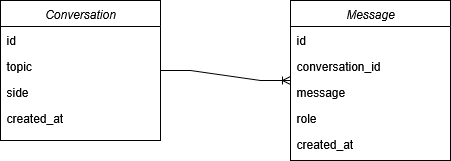
Above: docs/entities.png in Gonzasestopal/persuation_bot (draw.io), before the change. Source tidied: cells renumbered, new cells last; positions are measured from the earlier drawing's top-left corner, leaving out a move shared by most shapes.
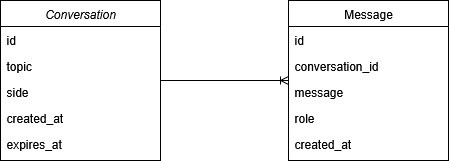
After the commit.

Commit message:
docs: database indexes

Change to the diagram source:
```diff
@@ -3,22 +3,25 @@
     <mxCell id="0" />
     <mxCell id="1" parent="0" />
     <mxCell id="2" value="Conversation" style="swimlane;fontStyle=2;align=center;verticalAlign=top;horizontal=1;startSize=26;rounded=0;shadow=0;strokeWidth=1;" parent="1" vertex="1">
-      <mxGeometry width="160" height="140" as="geometry" />
+      <mxGeometry width="160" height="160" as="geometry" />
     </mxCell>
     <mxCell id="3" value="id" style="text;align=left;verticalAlign=top;spacingLeft=4;spacingRight=4;overflow=hidden;" parent="2" vertex="1">
       <mxGeometry y="26" width="160" height="26" as="geometry" />
     </mxCell>
-    <mxCell id="4" value="topic    " style="text;align=left;verticalAlign=top;spacingLeft=4;spacingRight=4;overflow=hidden;rounded=0;shadow=0;html=0;" parent="2" vertex="1">
+    <mxCell id="4" value="topic" style="text;align=left;verticalAlign=top;spacingLeft=4;spacingRight=4;overflow=hidden;rounded=0;shadow=0;html=0;" parent="2" vertex="1">
       <mxGeometry y="52" width="160" height="26" as="geometry" />
     </mxCell>
     <mxCell id="5" value="side" style="text;align=left;verticalAlign=top;spacingLeft=4;spacingRight=4;overflow=hidden;rounded=0;shadow=0;html=0;" parent="2" vertex="1">
       <mxGeometry y="78" width="160" height="26" as="geometry" />
     </mxCell>
-    <mxCell id="6" value="created_at" style="text;align=left;verticalAlign=top;spacingLeft=4;spacingRight=4;overflow=hidden;rounded=0;shadow=0;html=0;" parent="2" vertex="1">
+    <mxCell id="6" value="created_at" style="text;align=left;verticalAlign=top;spacingLeft=4;spacingRight=4;overflow=hidden;" parent="2" vertex="1">
       <mxGeometry y="104" width="160" height="26" as="geometry" />
     </mxCell>
+    <mxCell id="14" value="expires_at" style="text;align=left;verticalAlign=top;spacingLeft=4;spacingRight=4;overflow=hidden;" parent="2" vertex="1">
+      <mxGeometry y="130" width="160" height="26" as="geometry" />
+    </mxCell>
-    <mxCell id="7" value="Message" style="swimlane;fontStyle=2;align=center;verticalAlign=top;horizontal=1;startSize=26;rounded=0;shadow=0;strokeWidth=1;" parent="1" vertex="1">
-      <mxGeometry x="290" width="160" height="160" as="geometry" />
+    <mxCell id="7" value="Message" style="swimlane;fontStyle=0;align=center;verticalAlign=top;horizontal=1;startSize=26;rounded=0;shadow=0;strokeWidth=1;" parent="1" vertex="1">
+      <mxGeometry x="288" width="160" height="160" as="geometry" />
     </mxCell>
     <mxCell id="8" value="id" style="text;align=left;verticalAlign=top;spacingLeft=4;spacingRight=4;overflow=hidden;" parent="7" vertex="1">
       <mxGeometry y="26" width="160" height="26" as="geometry" />
```
